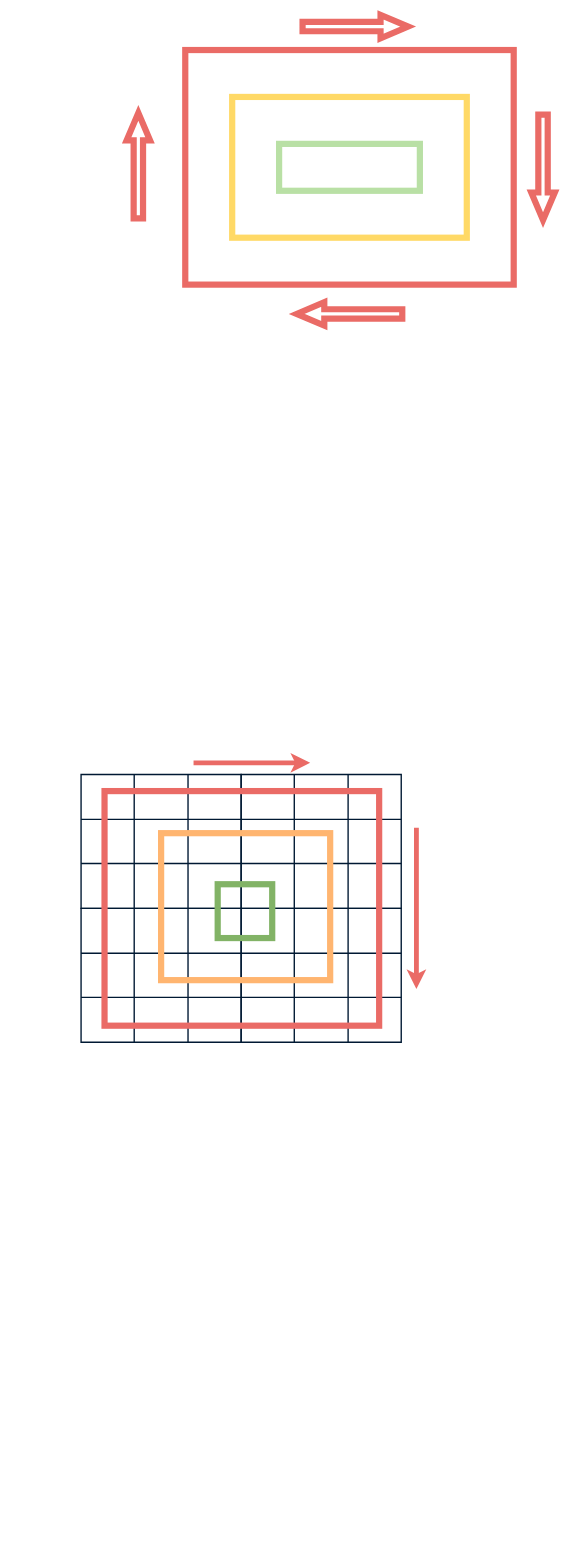
Before: Untitled Diagram.drawio in cyber-punk20/drawio, a draw.io diagram. Source tidied: cells renumbered, new cells numbered last; positions are measured from the earlier drawing's top-left corner, leaving out a move shared by most shapes. Both pictures are drawn from the tidied source at 69%, with x=0, y=0 at pixel (81, 14).
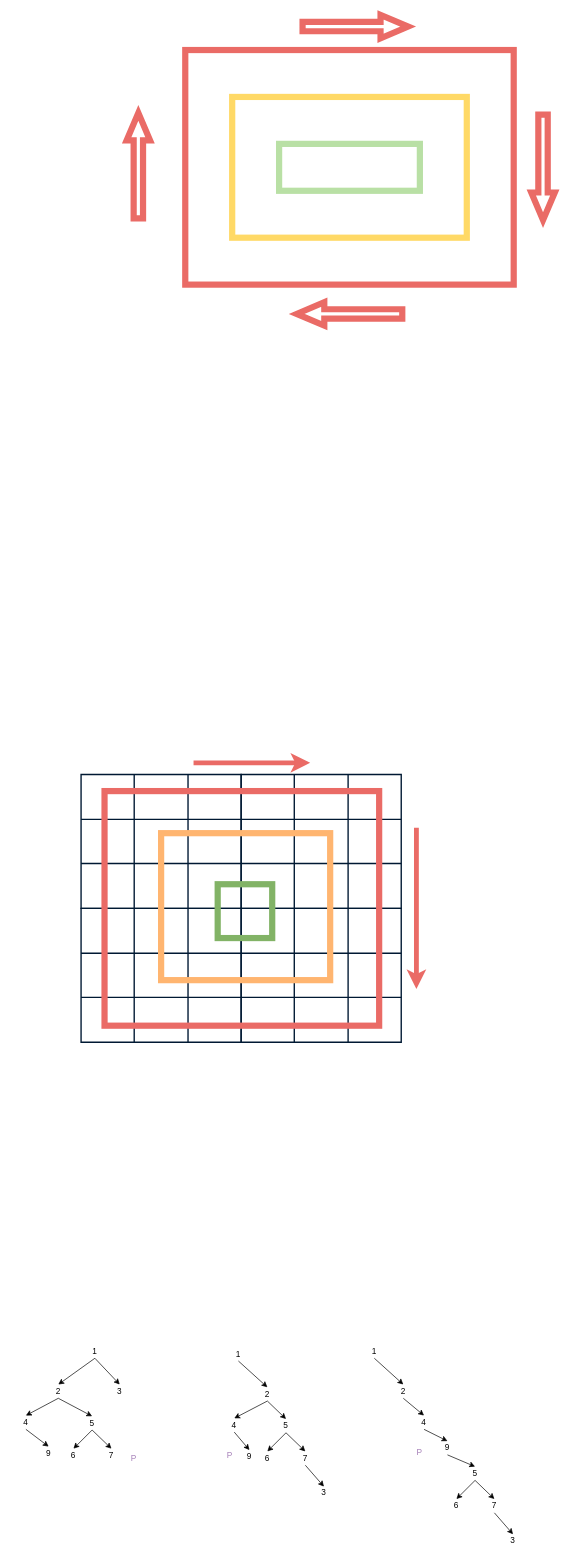
Above is the later version.

Diff of the diagram source:
```diff
@@
+    <mxCell id="66" style="edgeStyle=none;rounded=0;jettySize=auto;html=1;exitX=0.5;exitY=1;exitDx=0;exitDy=0;entryX=0.5;entryY=0;entryDx=0;entryDy=0;" parent="1" edge="1" source="67" target="72">
+      <mxGeometry relative="1" as="geometry" />
+    </mxCell>
+    <mxCell id="67" value="1" style="text;html=1;strokeColor=none;fillColor=none;align=center;verticalAlign=middle;whiteSpace=wrap;rounded=0;" parent="1" vertex="1">
+      <mxGeometry y="1927" width="40" height="20" as="geometry" />
+    </mxCell>
+    <mxCell id="68" style="endArrow=classic;html=1;exitX=0.5;exitY=1;exitDx=0;exitDy=0;entryX=0.5;entryY=0;entryDx=0;entryDy=0;" parent="1" edge="1" source="67" target="71">
+      <mxGeometry relative="1" as="geometry" />
+    </mxCell>
+    <mxCell id="69" style="rounded=0;jettySize=auto;html=1;exitX=0.5;exitY=1;exitDx=0;exitDy=0;entryX=0.5;entryY=0;entryDx=0;entryDy=0;" parent="1" edge="1" source="71" target="74">
+      <mxGeometry relative="1" as="geometry" />
+    </mxCell>
+    <mxCell id="70" style="edgeStyle=none;rounded=0;jettySize=auto;html=1;exitX=0.5;exitY=1;exitDx=0;exitDy=0;entryX=0.5;entryY=0;entryDx=0;entryDy=0;" parent="1" edge="1" source="71" target="77">
+      <mxGeometry relative="1" as="geometry" />
+    </mxCell>
+    <mxCell id="71" value="2" style="text;html=1;strokeColor=none;fillColor=none;align=center;verticalAlign=middle;whiteSpace=wrap;rounded=0;" parent="1" vertex="1">
+      <mxGeometry x="-53" y="1985" width="40" height="20" as="geometry" />
+    </mxCell>
+    <mxCell id="72" value="3" style="text;html=1;strokeColor=none;fillColor=none;align=center;verticalAlign=middle;whiteSpace=wrap;rounded=0;" parent="1" vertex="1">
+      <mxGeometry x="36" y="1985" width="40" height="20" as="geometry" />
+    </mxCell>
+    <mxCell id="73" style="edgeStyle=none;rounded=0;jettySize=auto;html=1;exitX=0.5;exitY=1;exitDx=0;exitDy=0;entryX=0.5;entryY=0;entryDx=0;entryDy=0;" parent="1" edge="1" source="74" target="94">
+      <mxGeometry relative="1" as="geometry" />
+    </mxCell>
+    <mxCell id="74" value="4" style="text;html=1;strokeColor=none;fillColor=none;align=center;verticalAlign=middle;whiteSpace=wrap;rounded=0;" parent="1" vertex="1">
+      <mxGeometry x="-100" y="2030" width="40" height="20" as="geometry" />
+    </mxCell>
+    <mxCell id="75" style="edgeStyle=none;rounded=0;jettySize=auto;html=1;exitX=0.5;exitY=1;exitDx=0;exitDy=0;entryX=0.5;entryY=0;entryDx=0;entryDy=0;" parent="1" edge="1" source="77" target="78">
+      <mxGeometry relative="1" as="geometry" />
+    </mxCell>
+    <mxCell id="76" style="edgeStyle=none;rounded=0;jettySize=auto;html=1;exitX=0.5;exitY=1;exitDx=0;exitDy=0;entryX=0.5;entryY=0;entryDx=0;entryDy=0;" parent="1" edge="1" source="77" target="79">
+      <mxGeometry relative="1" as="geometry" />
+    </mxCell>
+    <mxCell id="77" value="5" style="text;html=1;strokeColor=none;fillColor=none;align=center;verticalAlign=middle;whiteSpace=wrap;rounded=0;" parent="1" vertex="1">
+      <mxGeometry x="-4" y="2031" width="40" height="20" as="geometry" />
+    </mxCell>
+    <mxCell id="78" value="6" style="text;html=1;strokeColor=none;fillColor=none;align=center;verticalAlign=middle;whiteSpace=wrap;rounded=0;" parent="1" vertex="1">
+      <mxGeometry x="-31" y="2078" width="40" height="20" as="geometry" />
+    </mxCell>
+    <mxCell id="79" value="7" style="text;html=1;strokeColor=none;fillColor=none;align=center;verticalAlign=middle;whiteSpace=wrap;rounded=0;" parent="1" vertex="1">
+      <mxGeometry x="24" y="2078" width="40" height="20" as="geometry" />
+    </mxCell>
+    <mxCell id="80" value="&lt;font color=&quot;#a680b8&quot;&gt;P&lt;/font&gt;" style="text;html=1;align=center;verticalAlign=middle;strokeColor=none;fillColor=none;" parent="1" vertex="1">
+      <mxGeometry x="67" y="2084" width="18" height="18" as="geometry" />
+    </mxCell>
+    <mxCell id="81" value="1" style="text;html=1;strokeColor=none;fillColor=none;align=center;verticalAlign=middle;whiteSpace=wrap;rounded=0;" parent="1" vertex="1">
+      <mxGeometry x="208" y="1931" width="40" height="20" as="geometry" />
+    </mxCell>
+    <mxCell id="82" style="endArrow=classic;html=1;exitX=0.5;exitY=1;exitDx=0;exitDy=0;entryX=0.5;entryY=0;entryDx=0;entryDy=0;" parent="1" edge="1" source="81" target="85">
+      <mxGeometry relative="1" as="geometry" />
+    </mxCell>
+    <mxCell id="83" style="rounded=0;jettySize=auto;html=1;exitX=0.5;exitY=1;exitDx=0;exitDy=0;entryX=0.5;entryY=0;entryDx=0;entryDy=0;" parent="1" edge="1" source="85" target="86">
+      <mxGeometry relative="1" as="geometry" />
+    </mxCell>
+    <mxCell id="84" style="edgeStyle=none;rounded=0;jettySize=auto;html=1;exitX=0.5;exitY=1;exitDx=0;exitDy=0;entryX=0.5;entryY=0;entryDx=0;entryDy=0;" parent="1" edge="1" source="85" target="89">
+      <mxGeometry relative="1" as="geometry" />
+    </mxCell>
+    <mxCell id="85" value="2" style="text;html=1;strokeColor=none;fillColor=none;align=center;verticalAlign=middle;whiteSpace=wrap;rounded=0;" parent="1" vertex="1">
+      <mxGeometry x="250" y="1989" width="40" height="20" as="geometry" />
+    </mxCell>
+    <mxCell id="86" value="4" style="text;html=1;strokeColor=none;fillColor=none;align=center;verticalAlign=middle;whiteSpace=wrap;rounded=0;" parent="1" vertex="1">
+      <mxGeometry x="202" y="2034" width="40" height="20" as="geometry" />
+    </mxCell>
+    <mxCell id="87" style="edgeStyle=none;rounded=0;jettySize=auto;html=1;exitX=0.5;exitY=1;exitDx=0;exitDy=0;entryX=0.5;entryY=0;entryDx=0;entryDy=0;" parent="1" edge="1" source="89" target="90">
+      <mxGeometry relative="1" as="geometry" />
+    </mxCell>
+    <mxCell id="88" style="edgeStyle=none;rounded=0;jettySize=auto;html=1;exitX=0.5;exitY=1;exitDx=0;exitDy=0;entryX=0.5;entryY=0;entryDx=0;entryDy=0;" parent="1" edge="1" source="89" target="92">
+      <mxGeometry relative="1" as="geometry" />
+    </mxCell>
+    <mxCell id="89" value="5" style="text;html=1;strokeColor=none;fillColor=none;align=center;verticalAlign=middle;whiteSpace=wrap;rounded=0;" parent="1" vertex="1">
+      <mxGeometry x="277" y="2035" width="40" height="20" as="geometry" />
+    </mxCell>
+    <mxCell id="90" value="6" style="text;html=1;strokeColor=none;fillColor=none;align=center;verticalAlign=middle;whiteSpace=wrap;rounded=0;" parent="1" vertex="1">
+      <mxGeometry x="250" y="2082" width="40" height="20" as="geometry" />
+    </mxCell>
+    <mxCell id="91" style="edgeStyle=none;rounded=0;jettySize=auto;html=1;exitX=0.5;exitY=1;exitDx=0;exitDy=0;entryX=0.5;entryY=0;entryDx=0;entryDy=0;" parent="1" edge="1" source="92" target="93">
+      <mxGeometry relative="1" as="geometry" />
+    </mxCell>
+    <mxCell id="92" value="7" style="text;html=1;strokeColor=none;fillColor=none;align=center;verticalAlign=middle;whiteSpace=wrap;rounded=0;" parent="1" vertex="1">
+      <mxGeometry x="305" y="2082" width="40" height="20" as="geometry" />
+    </mxCell>
+    <mxCell id="93" value="3" style="text;html=1;strokeColor=none;fillColor=none;align=center;verticalAlign=middle;whiteSpace=wrap;rounded=0;" parent="1" vertex="1">
+      <mxGeometry x="334" y="2133" width="36" height="17" as="geometry" />
+    </mxCell>
+    <mxCell id="94" value="9" style="text;html=1;strokeColor=none;fillColor=none;align=center;verticalAlign=middle;whiteSpace=wrap;rounded=0;" parent="1" vertex="1">
+      <mxGeometry x="-67" y="2075" width="40" height="20" as="geometry" />
+    </mxCell>
+    <mxCell id="95" style="edgeStyle=none;rounded=0;jettySize=auto;html=1;exitX=0.5;exitY=1;exitDx=0;exitDy=0;entryX=0.5;entryY=0;entryDx=0;entryDy=0;" parent="1" edge="1" source="86" target="96">
+      <mxGeometry relative="1" as="geometry" />
+    </mxCell>
+    <mxCell id="96" value="9" style="text;html=1;strokeColor=none;fillColor=none;align=center;verticalAlign=middle;whiteSpace=wrap;rounded=0;" parent="1" vertex="1">
+      <mxGeometry x="224" y="2080" width="40" height="20" as="geometry" />
+    </mxCell>
+    <mxCell id="97" value="&lt;font color=&quot;#a680b8&quot;&gt;P&lt;/font&gt;" style="text;html=1;align=center;verticalAlign=middle;strokeColor=none;fillColor=none;" parent="1" vertex="1">
+      <mxGeometry x="206" y="2079" width="18" height="18" as="geometry" />
+    </mxCell>
+    <mxCell id="98" value="1" style="text;html=1;strokeColor=none;fillColor=none;align=center;verticalAlign=middle;whiteSpace=wrap;rounded=0;" parent="1" vertex="1">
+      <mxGeometry x="405" y="1927" width="40" height="20" as="geometry" />
+    </mxCell>
+    <mxCell id="99" style="endArrow=classic;html=1;exitX=0.5;exitY=1;exitDx=0;exitDy=0;entryX=0.5;entryY=0;entryDx=0;entryDy=0;" parent="1" edge="1" source="98" target="101">
+      <mxGeometry relative="1" as="geometry" />
+    </mxCell>
+    <mxCell id="100" style="rounded=0;jettySize=auto;html=1;exitX=0.5;exitY=1;exitDx=0;exitDy=0;entryX=0.5;entryY=0;entryDx=0;entryDy=0;" parent="1" edge="1" source="101" target="102">
+      <mxGeometry relative="1" as="geometry" />
+    </mxCell>
+    <mxCell id="101" value="2" style="text;html=1;strokeColor=none;fillColor=none;align=center;verticalAlign=middle;whiteSpace=wrap;rounded=0;" parent="1" vertex="1">
+      <mxGeometry x="447" y="1985" width="40" height="20" as="geometry" />
+    </mxCell>
+    <mxCell id="102" value="4" style="text;html=1;strokeColor=none;fillColor=none;align=center;verticalAlign=middle;whiteSpace=wrap;rounded=0;" parent="1" vertex="1">
+      <mxGeometry x="477" y="2030" width="40" height="20" as="geometry" />
+    </mxCell>
+    <mxCell id="103" value="6" style="text;html=1;strokeColor=none;fillColor=none;align=center;verticalAlign=middle;whiteSpace=wrap;rounded=0;" parent="1" vertex="1">
+      <mxGeometry x="524" y="2151" width="40" height="20" as="geometry" />
+    </mxCell>
+    <mxCell id="104" style="edgeStyle=none;rounded=0;jettySize=auto;html=1;exitX=0.5;exitY=1;exitDx=0;exitDy=0;entryX=0.5;entryY=0;entryDx=0;entryDy=0;" parent="1" edge="1" source="102" target="106">
+      <mxGeometry relative="1" as="geometry" />
+    </mxCell>
+    <mxCell id="105" style="edgeStyle=none;rounded=0;jettySize=auto;html=1;exitX=0.5;exitY=1;exitDx=0;exitDy=0;entryX=0.5;entryY=0;entryDx=0;entryDy=0;" parent="1" edge="1" source="106" target="110">
+      <mxGeometry relative="1" as="geometry" />
+    </mxCell>
+    <mxCell id="106" value="9" style="text;html=1;strokeColor=none;fillColor=none;align=center;verticalAlign=middle;whiteSpace=wrap;rounded=0;" parent="1" vertex="1">
+      <mxGeometry x="511" y="2067" width="40" height="20" as="geometry" />
+    </mxCell>
+    <mxCell id="107" value="&lt;font color=&quot;#a680b8&quot;&gt;P&lt;/font&gt;" style="text;html=1;align=center;verticalAlign=middle;strokeColor=none;fillColor=none;" parent="1" vertex="1">
+      <mxGeometry x="481" y="2075" width="18" height="18" as="geometry" />
+    </mxCell>
+    <mxCell id="108" style="edgeStyle=none;rounded=0;jettySize=auto;html=1;exitX=0.5;exitY=1;exitDx=0;exitDy=0;entryX=0.5;entryY=0;entryDx=0;entryDy=0;" parent="1" edge="1" source="110">
+      <mxGeometry relative="1" as="geometry">
+        <mxPoint x="544" y="2151" as="targetPoint" />
+      </mxGeometry>
+    </mxCell>
+    <mxCell id="109" style="edgeStyle=none;rounded=0;jettySize=auto;html=1;exitX=0.5;exitY=1;exitDx=0;exitDy=0;entryX=0.5;entryY=0;entryDx=0;entryDy=0;" parent="1" edge="1" source="110" target="112">
+      <mxGeometry relative="1" as="geometry" />
+    </mxCell>
+    <mxCell id="110" value="5" style="text;html=1;strokeColor=none;fillColor=none;align=center;verticalAlign=middle;whiteSpace=wrap;rounded=0;" parent="1" vertex="1">
+      <mxGeometry x="551" y="2104" width="40" height="20" as="geometry" />
+    </mxCell>
+    <mxCell id="111" style="edgeStyle=none;rounded=0;jettySize=auto;html=1;exitX=0.5;exitY=1;exitDx=0;exitDy=0;entryX=0.5;entryY=0;entryDx=0;entryDy=0;" parent="1" edge="1" source="112" target="113">
+      <mxGeometry relative="1" as="geometry" />
+    </mxCell>
+    <mxCell id="112" value="7" style="text;html=1;strokeColor=none;fillColor=none;align=center;verticalAlign=middle;whiteSpace=wrap;rounded=0;" parent="1" vertex="1">
+      <mxGeometry x="579" y="2151" width="40" height="20" as="geometry" />
+    </mxCell>
+    <mxCell id="113" value="3" style="text;html=1;strokeColor=none;fillColor=none;align=center;verticalAlign=middle;whiteSpace=wrap;rounded=0;" parent="1" vertex="1">
+      <mxGeometry x="608" y="2202" width="36" height="17" as="geometry" />
+    </mxCell>
```
